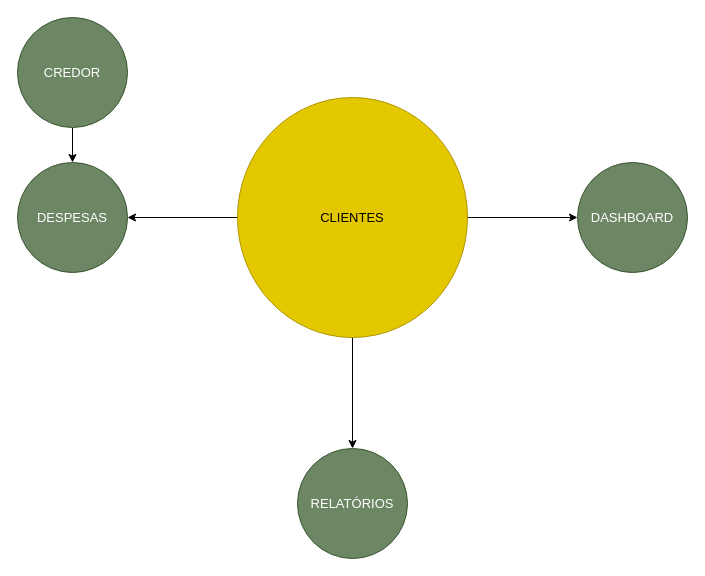
Earlier version of the draw.io diagram page "MVP" (1 of 3) of docs/draws/SeuContabil.drawio (sigespweb22/seucontabil-api). Source tidied: cells renumbered, new cells numbered last; positions are measured from the earlier drawing's top-left corner, leaving out a move shared by most shapes. Both pictures are drawn from the tidied source at 100%, with x=0, y=0 at pixel (17, 17).
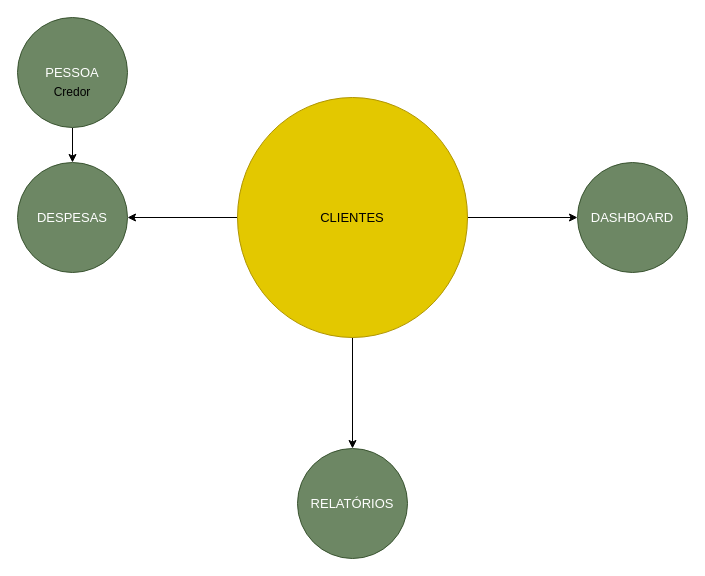
After the change.

Commit message (it also covers changes not shown here):
create entity pessoa and update docs, generate migrations on issue #20

Diff of the diagram source:
```diff
@@
 <mxGraphModel>
   <root>
     <mxCell id="0" />
     <mxCell id="1" parent="0" />
     <mxCell id="2" style="edgeStyle=none;html=1;fontSize=13;fontColor=#FFFFFF;" parent="1" edge="1" source="5" target="6">
       <mxGeometry relative="1" as="geometry" />
     </mxCell>
     <mxCell id="3" style="edgeStyle=none;html=1;fontSize=13;fontColor=#FFFFFF;" parent="1" edge="1" source="5" target="7">
       <mxGeometry relative="1" as="geometry" />
     </mxCell>
     <mxCell id="4" style="edgeStyle=none;html=1;fontSize=13;fontColor=#FFFFFF;" parent="1" edge="1" source="5" target="8">
       <mxGeometry relative="1" as="geometry" />
     </mxCell>
     <mxCell id="5" value="CLIENTES" style="ellipse;whiteSpace=wrap;html=1;labelBackgroundColor=none;fontSize=13;fontColor=#000000;fillColor=#e3c800;strokeColor=#B09500;" parent="1" vertex="1">
       <mxGeometry x="220" y="80" width="230" height="240" as="geometry" />
     </mxCell>
     <mxCell id="6" value="DESPESAS" style="ellipse;whiteSpace=wrap;html=1;fontSize=13;fillColor=#6d8764;strokeColor=#3A5431;fontColor=#ffffff;labelBackgroundColor=none;" parent="1" vertex="1">
       <mxGeometry y="145" width="110" height="110" as="geometry" />
     </mxCell>
     <mxCell id="7" value="RELATÓRIOS" style="ellipse;whiteSpace=wrap;html=1;fontSize=13;fillColor=#6d8764;strokeColor=#3A5431;fontColor=#ffffff;labelBackgroundColor=none;" parent="1" vertex="1">
       <mxGeometry x="280" y="431" width="110" height="110" as="geometry" />
     </mxCell>
     <mxCell id="8" value="DASHBOARD" style="ellipse;whiteSpace=wrap;html=1;fontSize=13;fillColor=#6d8764;strokeColor=#3A5431;fontColor=#ffffff;labelBackgroundColor=none;" parent="1" vertex="1">
       <mxGeometry x="560" y="145" width="110" height="110" as="geometry" />
     </mxCell>
     <mxCell id="9" style="edgeStyle=none;html=1;" parent="1" edge="1" source="10" target="6">
       <mxGeometry relative="1" as="geometry" />
     </mxCell>
-    <mxCell id="10" value="CREDOR" style="ellipse;whiteSpace=wrap;html=1;fontSize=13;fillColor=#6d8764;strokeColor=#3A5431;fontColor=#ffffff;labelBackgroundColor=none;" parent="1" vertex="1">
+    <mxCell id="10" value="PESSOA" style="ellipse;whiteSpace=wrap;html=1;fontSize=13;fillColor=#6d8764;strokeColor=#3A5431;fontColor=#ffffff;labelBackgroundColor=none;" parent="1" vertex="1">
       <mxGeometry width="110" height="110" as="geometry" />
     </mxCell>
+    <mxCell id="11" value="Credor" style="text;html=1;strokeColor=none;fillColor=none;align=center;verticalAlign=middle;whiteSpace=wrap;rounded=0;" parent="1" vertex="1">
+      <mxGeometry x="25" y="60" width="60" height="30" as="geometry" />
+    </mxCell>
   </root>
 </mxGraphModel>
```
